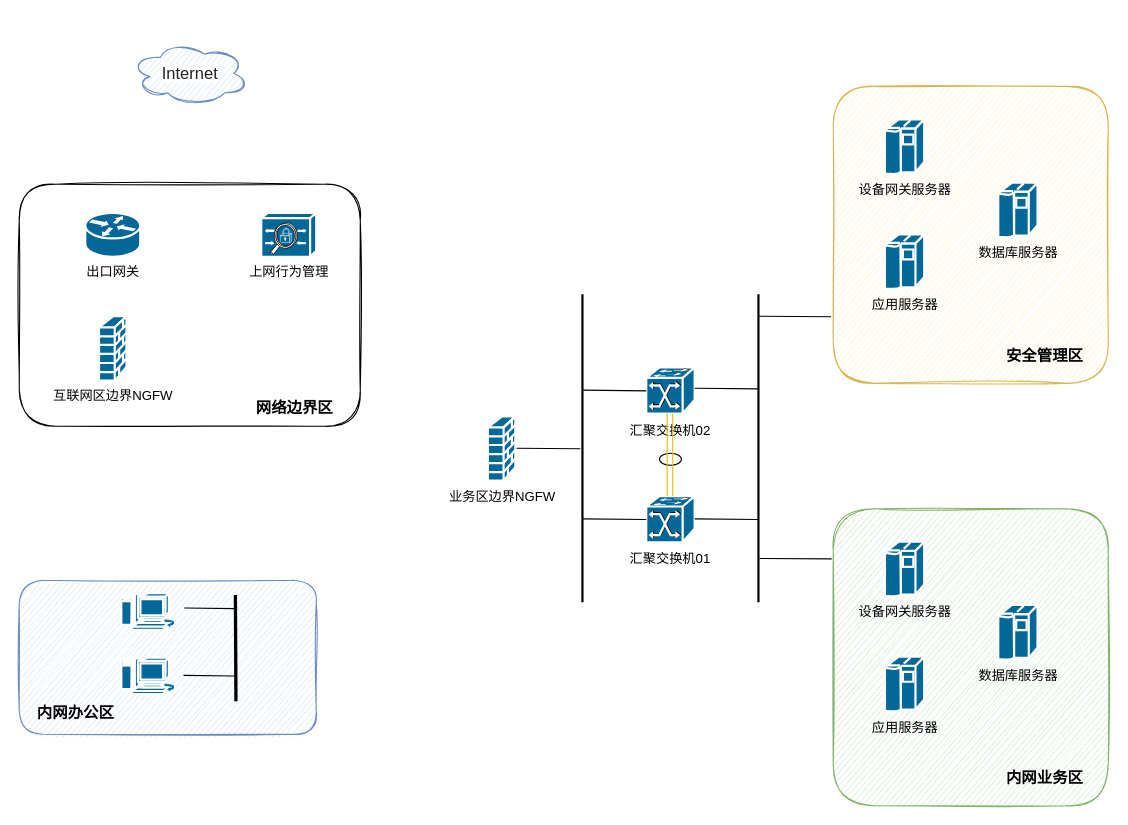
Above: 充电桩三级等保拓扑图.drawio in LingClassmate/diagrams (draw.io), before the change. Source tidied: cells renumbered, new cells numbered last; positions are measured from the earlier drawing's top-left corner, leaving out a move shared by most shapes. Both pictures are drawn from the tidied source at 110%, with x=0, y=0 at pixel (19, 41).
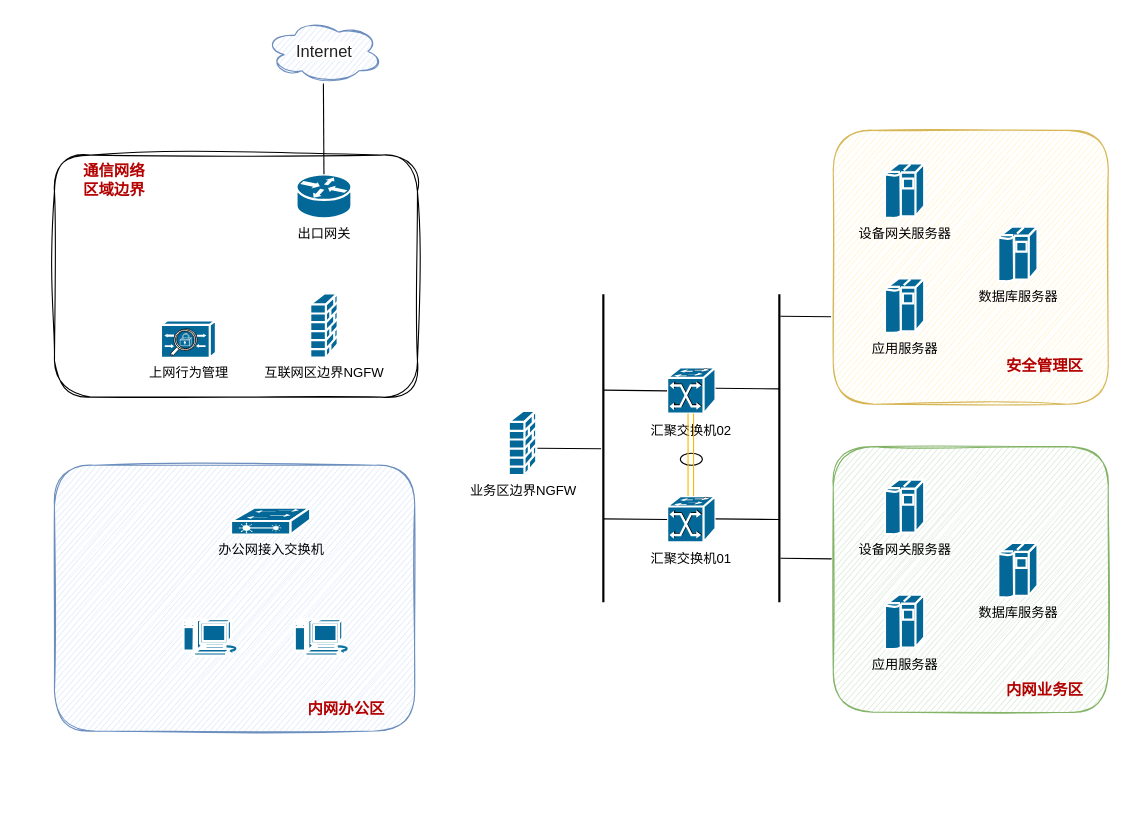
After the change.

Commit message:
更新充电桩三级等保拓扑图.drawio

Diff of the diagram source:
```diff
@@
+    <mxCell id="43" style="rounded=1;whiteSpace=wrap;html=1;sketch=1;fillColor=#dae8fc;strokeColor=#6c8ebf;shadow=0;" parent="1" vertex="1">
+      <mxGeometry x="32" y="385.5" width="327.5" height="241.5" as="geometry" />
+    </mxCell>
-    <mxCell id="2" style="rounded=1;whiteSpace=wrap;html=1;sketch=1;shadow=0;" parent="1" vertex="1">
-      <mxGeometry y="130" width="310" height="220" as="geometry" />
+    <mxCell id="2" style="rounded=1;whiteSpace=wrap;html=1;shadow=0;sketch=1;curveFitting=1;jiggle=2;" parent="1" vertex="1">
+      <mxGeometry x="32" y="103.5" width="330" height="220" as="geometry" />
     </mxCell>
     <mxCell id="3" value="出口网关" style="shape=mxgraph.cisco.routers.router;html=1;dashed=0;fillColor=#036897;strokeColor=#ffffff;strokeWidth=2;verticalLabelPosition=bottom;verticalAlign=top;align=center;outlineConnect=0;" parent="1" vertex="1">
-      <mxGeometry x="60" y="156" width="50" height="40" as="geometry" />
+      <mxGeometry x="252" y="121" width="50" height="40" as="geometry" />
     </mxCell>
     <mxCell id="4" value="上网行为管理" style="shape=mxgraph.cisco.misc.acs;html=1;dashed=0;fillColor=#036897;strokeColor=#ffffff;strokeWidth=2;verticalLabelPosition=bottom;verticalAlign=top;align=center;" parent="1" vertex="1">
-      <mxGeometry x="220" y="156" width="50" height="40" as="geometry" />
+      <mxGeometry x="128.8" y="253.8" width="50" height="34" as="geometry" />
     </mxCell>
     <mxCell id="5" value="&lt;span style=&quot;color: rgb(34, 34, 34); font-family: Arial, sans-serif; font-size: 15px; text-align: start; background-color: rgb(255, 255, 255);&quot;&gt;Internet&lt;/span&gt;" style="ellipse;shape=cloud;whiteSpace=wrap;html=1;shadow=0;sketch=1;fontSize=15;strokeColor=#6c8ebf;fillColor=#dae8fc;" parent="1" vertex="1">
-      <mxGeometry x="101.8" width="106.5" height="58.5" as="geometry" />
+      <mxGeometry x="223.8" y="-20" width="106.5" height="58.5" as="geometry" />
     </mxCell>
     <mxCell id="6" style="rounded=1;whiteSpace=wrap;html=1;sketch=1;fillColor=#d5e8d4;strokeColor=#82b366;shadow=0;" parent="1" vertex="1">
-      <mxGeometry x="740" y="425" width="250" height="270" as="geometry" />
+      <mxGeometry x="740" y="368.5" width="250" height="241.5" as="geometry" />
     </mxCell>
-    <mxCell id="7" value="内网业务区" style="text;html=1;strokeColor=none;fillColor=none;align=center;verticalAlign=middle;whiteSpace=wrap;rounded=0;sketch=1;fontColor=#000000;fontSize=14;fontStyle=1;" parent="1" vertex="1">
-      <mxGeometry x="890" y="655" width="85" height="30" as="geometry" />
+    <mxCell id="7" value="内网业务区" style="text;html=1;strokeColor=none;fillColor=none;align=center;verticalAlign=middle;whiteSpace=wrap;rounded=0;sketch=1;fontColor=#B30000;fontSize=14;fontStyle=1;" parent="1" vertex="1">
+      <mxGeometry x="890" y="575" width="85" height="30" as="geometry" />
     </mxCell>
     <mxCell id="8" style="endArrow=none;html=1;rounded=0;strokeWidth=2;" parent="1" edge="1">
       <mxGeometry relative="1" as="geometry">
-        <mxPoint x="672" y="510" as="sourcePoint" />
-        <mxPoint x="672" y="230" as="targetPoint" />
+        <mxPoint x="691" y="510" as="sourcePoint" />
+        <mxPoint x="691" y="230" as="targetPoint" />
       </mxGeometry>
     </mxCell>
     <mxCell id="9" value="应用服务器" style="shape=mxgraph.cisco.computers_and_peripherals.ibm_mainframe;sketch=0;html=1;dashed=0;fillColor=#036897;strokeColor=#ffffff;strokeWidth=2;verticalLabelPosition=bottom;verticalAlign=top;align=center;shadow=0;fontSize=12;" parent="1" vertex="1">
-      <mxGeometry x="787" y="559.5" width="35.7" height="50" as="geometry" />
+      <mxGeometry x="787" y="503" width="35.7" height="50" as="geometry" />
     </mxCell>
     <mxCell id="10" value="设备网关服务器" style="shape=mxgraph.cisco.computers_and_peripherals.ibm_mainframe;sketch=0;html=1;dashed=0;fillColor=#036897;strokeColor=#ffffff;strokeWidth=2;verticalLabelPosition=bottom;verticalAlign=top;align=center;shadow=0;fontSize=12;" parent="1" vertex="1">
-      <mxGeometry x="787" y="455" width="35.7" height="50" as="geometry" />
+      <mxGeometry x="787" y="398.5" width="35.7" height="50" as="geometry" />
     </mxCell>
     <mxCell id="11" value="数据库服务器" style="shape=mxgraph.cisco.computers_and_peripherals.ibm_mainframe;sketch=0;html=1;dashed=0;fillColor=#036897;strokeColor=#ffffff;strokeWidth=2;verticalLabelPosition=bottom;verticalAlign=top;align=center;shadow=0;fontSize=12;" parent="1" vertex="1">
-      <mxGeometry x="890" y="512.5" width="35.7" height="50" as="geometry" />
+      <mxGeometry x="890" y="456" width="35.7" height="50" as="geometry" />
     </mxCell>
-    <mxCell id="12" style="rounded=1;whiteSpace=wrap;html=1;sketch=1;shadow=0;fillColor=#dae8fc;strokeColor=#6c8ebf;" parent="1" vertex="1">
-      <mxGeometry y="490" width="270" height="140" as="geometry" />
-    </mxCell>
     <mxCell id="13" style="shape=mxgraph.cisco.computers_and_peripherals.macintosh;sketch=0;html=1;dashed=0;fillColor=#036897;strokeColor=#ffffff;strokeWidth=2;verticalLabelPosition=bottom;verticalAlign=top;align=center;shadow=0;fontSize=12;" parent="1" vertex="1">
-      <mxGeometry x="92.5" y="501.5" width="51.8" height="33.5" as="geometry" />
+      <mxGeometry x="149" y="525" width="51.8" height="33.5" as="geometry" />
     </mxCell>
-    <mxCell id="14" style="endArrow=none;html=1;rounded=0;strokeWidth=3;" parent="1" edge="1">
-      <mxGeometry relative="1" as="geometry">
-        <mxPoint x="197" y="600" as="sourcePoint" />
-        <mxPoint x="196.5" y="503.5" as="targetPoint" />
-      </mxGeometry>
-    </mxCell>
-    <mxCell id="15" style="endArrow=none;html=1;rounded=0;entryX=0;entryY=0.5;entryDx=0;entryDy=0;entryPerimeter=0;" parent="1" edge="1">
-      <mxGeometry relative="1" as="geometry">
-        <mxPoint x="150" y="515.2" as="sourcePoint" />
-        <mxPoint x="196.5" y="515.8" as="targetPoint" />
-      </mxGeometry>
-    </mxCell>
-    <mxCell id="16" style="endArrow=none;html=1;rounded=0;entryX=0;entryY=0.5;entryDx=0;entryDy=0;entryPerimeter=0;" parent="1" edge="1">
-      <mxGeometry relative="1" as="geometry">
-        <mxPoint x="149.3" y="576.5" as="sourcePoint" />
-        <mxPoint x="195.8" y="577" as="targetPoint" />
-      </mxGeometry>
-    </mxCell>
-    <mxCell id="17" value="内网办公区" style="text;html=1;strokeColor=none;fillColor=none;align=center;verticalAlign=middle;whiteSpace=wrap;rounded=0;sketch=1;fontColor=#000000;fontSize=14;fontStyle=1;" parent="1" vertex="1">
-      <mxGeometry x="5.8" y="595.5" width="91" height="30" as="geometry" />
+    <mxCell id="17" value="内网办公区" style="text;html=1;strokeColor=none;fillColor=none;align=center;verticalAlign=middle;whiteSpace=wrap;rounded=0;sketch=1;fontColor=#B30000;fontSize=14;fontStyle=1;" parent="1" vertex="1">
+      <mxGeometry x="252" y="592" width="91" height="30" as="geometry" />
     </mxCell>
     <mxCell id="18" style="shape=mxgraph.cisco.computers_and_peripherals.macintosh;sketch=0;html=1;dashed=0;fillColor=#036897;strokeColor=#ffffff;strokeWidth=2;verticalLabelPosition=bottom;verticalAlign=top;align=center;shadow=0;fontSize=12;" parent="1" vertex="1">
-      <mxGeometry x="92.5" y="560" width="51.8" height="33.5" as="geometry" />
+      <mxGeometry x="250.2" y="525" width="51.8" height="33.5" as="geometry" />
     </mxCell>
     <mxCell id="19" value="业务区边界NGFW" style="shape=mxgraph.cisco.security.firewall;html=1;dashed=0;fillColor=#036897;strokeColor=#ffffff;strokeWidth=2;verticalLabelPosition=bottom;verticalAlign=top;align=center;" parent="1" vertex="1">
-      <mxGeometry x="426" y="341" width="25" height="58.5" as="geometry" />
+      <mxGeometry x="445" y="336" width="25" height="58.5" as="geometry" />
     </mxCell>
     <mxCell id="20" style="ellipse;whiteSpace=wrap;html=1;" parent="1" vertex="1">
-      <mxGeometry x="582" y="374.5" width="20" height="11" as="geometry" />
+      <mxGeometry x="601" y="374.5" width="20" height="11" as="geometry" />
     </mxCell>
     <mxCell id="21" style="shape=mxgraph.cisco.switches.atm_fast_gigabit_etherswitch;sketch=0;html=1;dashed=0;fillColor=#036897;strokeColor=#ffffff;strokeWidth=2;verticalLabelPosition=bottom;verticalAlign=top;align=center;fontColor=#000000;" parent="1" vertex="1">
-      <mxGeometry x="570" y="413.5" width="44" height="42" as="geometry" />
+      <mxGeometry x="589" y="413.5" width="44" height="42" as="geometry" />
     </mxCell>
     <mxCell id="22" style="shape=mxgraph.cisco.switches.atm_fast_gigabit_etherswitch;sketch=0;html=1;dashed=0;fillColor=#036897;strokeColor=#ffffff;strokeWidth=2;verticalLabelPosition=bottom;verticalAlign=top;align=center;fontColor=#000000;" parent="1" vertex="1">
-      <mxGeometry x="570" y="296.5" width="44" height="42" as="geometry" />
+      <mxGeometry x="589" y="296.5" width="44" height="42" as="geometry" />
     </mxCell>
     <mxCell id="23" value="汇聚交换机01" style="text;html=1;strokeColor=none;fillColor=none;align=center;verticalAlign=middle;whiteSpace=wrap;rounded=0;sketch=1;fontColor=#000000;" parent="1" vertex="1">
-      <mxGeometry x="542" y="455.5" width="100" height="30" as="geometry" />
+      <mxGeometry x="561" y="455.5" width="100" height="30" as="geometry" />
     </mxCell>
     <mxCell id="24" value="汇聚交换机02" style="text;html=1;strokeColor=none;fillColor=none;align=center;verticalAlign=middle;whiteSpace=wrap;rounded=0;sketch=1;fontColor=#000000;" parent="1" vertex="1">
-      <mxGeometry x="542" y="338.5" width="100" height="30" as="geometry" />
+      <mxGeometry x="561" y="338.5" width="100" height="30" as="geometry" />
     </mxCell>
     <mxCell id="25" style="shape=mxgraph.cisco.switches.atm_fast_gigabit_etherswitch;sketch=0;html=1;dashed=0;fillColor=#036897;strokeColor=#ffffff;strokeWidth=2;verticalLabelPosition=bottom;verticalAlign=top;align=center;fontColor=#000000;" parent="1" vertex="1">
-      <mxGeometry x="570" y="296.5" width="44" height="42" as="geometry" />
+      <mxGeometry x="589" y="296.5" width="44" height="42" as="geometry" />
     </mxCell>
     <mxCell id="26" style="endArrow=none;html=1;rounded=0;exitX=0.5;exitY=0;exitDx=0;exitDy=0;exitPerimeter=0;entryX=0.5;entryY=0;entryDx=0;entryDy=0;strokeColor=#F5B800;" parent="1" edge="1">
       <mxGeometry relative="1" as="geometry">
-        <mxPoint x="589" y="413.5" as="sourcePoint" />
-        <mxPoint x="589" y="338.5" as="targetPoint" />
+        <mxPoint x="608" y="413.5" as="sourcePoint" />
+        <mxPoint x="608" y="338.5" as="targetPoint" />
       </mxGeometry>
     </mxCell>
     <mxCell id="27" style="endArrow=none;html=1;rounded=0;exitX=0.5;exitY=0;exitDx=0;exitDy=0;exitPerimeter=0;entryX=0.5;entryY=0;entryDx=0;entryDy=0;strokeColor=#F5B800;" parent="1" edge="1">
       <mxGeometry relative="1" as="geometry">
-        <mxPoint x="594" y="413.5" as="sourcePoint" />
-        <mxPoint x="594" y="338.5" as="targetPoint" />
+        <mxPoint x="613" y="413.5" as="sourcePoint" />
+        <mxPoint x="613" y="338.5" as="targetPoint" />
       </mxGeometry>
     </mxCell>
     <mxCell id="28" value="互联网区边界NGFW" style="shape=mxgraph.cisco.security.firewall;html=1;dashed=0;fillColor=#036897;strokeColor=#ffffff;strokeWidth=2;verticalLabelPosition=bottom;verticalAlign=top;align=center;" parent="1" vertex="1">
-      <mxGeometry x="72.5" y="250" width="25" height="58.5" as="geometry" />
+      <mxGeometry x="264.5" y="229.2" width="25" height="58.5" as="geometry" />
     </mxCell>
     <mxCell id="29" style="endArrow=none;html=1;rounded=0;" parent="1" edge="1">
       <mxGeometry relative="1" as="geometry">
-        <mxPoint x="614" y="315.5" as="sourcePoint" />
-        <mxPoint x="672" y="316" as="targetPoint" />
+        <mxPoint x="633" y="315.5" as="sourcePoint" />
+        <mxPoint x="691" y="316" as="targetPoint" />
       </mxGeometry>
     </mxCell>
     <mxCell id="30" style="endArrow=none;html=1;rounded=0;" parent="1" edge="1">
       <mxGeometry relative="1" as="geometry">
-        <mxPoint x="614" y="434.2" as="sourcePoint" />
-        <mxPoint x="672" y="434.8" as="targetPoint" />
+        <mxPoint x="633" y="434.2" as="sourcePoint" />
+        <mxPoint x="691" y="434.8" as="targetPoint" />
       </mxGeometry>
     </mxCell>
     <mxCell id="31" style="endArrow=none;html=1;rounded=0;strokeWidth=2;" parent="1" edge="1">
       <mxGeometry relative="1" as="geometry">
-        <mxPoint x="512" y="510" as="sourcePoint" />
-        <mxPoint x="512" y="230" as="targetPoint" />
+        <mxPoint x="531" y="510" as="sourcePoint" />
+        <mxPoint x="531" y="230" as="targetPoint" />
       </mxGeometry>
     </mxCell>
     <mxCell id="32" style="endArrow=none;html=1;rounded=0;" parent="1" edge="1">
       <mxGeometry relative="1" as="geometry">
-        <mxPoint x="512" y="317.2" as="sourcePoint" />
-        <mxPoint x="570" y="317.8" as="targetPoint" />
+        <mxPoint x="531" y="317.2" as="sourcePoint" />
+        <mxPoint x="589" y="317.8" as="targetPoint" />
       </mxGeometry>
     </mxCell>
     <mxCell id="33" style="endArrow=none;html=1;rounded=0;" parent="1" edge="1">
       <mxGeometry relative="1" as="geometry">
-        <mxPoint x="512" y="434.2" as="sourcePoint" />
-        <mxPoint x="570" y="434.8" as="targetPoint" />
+        <mxPoint x="531" y="434.2" as="sourcePoint" />
+        <mxPoint x="589" y="434.8" as="targetPoint" />
       </mxGeometry>
     </mxCell>
     <mxCell id="34" style="endArrow=none;html=1;rounded=0;" parent="1" edge="1">
       <mxGeometry relative="1" as="geometry">
-        <mxPoint x="452" y="370" as="sourcePoint" />
-        <mxPoint x="510" y="370.5" as="targetPoint" />
+        <mxPoint x="471" y="370" as="sourcePoint" />
+        <mxPoint x="529" y="370.5" as="targetPoint" />
       </mxGeometry>
     </mxCell>
     <mxCell id="35" style="rounded=1;whiteSpace=wrap;html=1;sketch=1;fillColor=#fff2cc;strokeColor=#d6b656;shadow=0;" parent="1" vertex="1">
-      <mxGeometry x="740" y="41" width="250" height="270" as="geometry" />
+      <mxGeometry x="740" y="81" width="250" height="249" as="geometry" />
     </mxCell>
-    <mxCell id="36" value="安全管理区" style="text;html=1;strokeColor=none;fillColor=none;align=center;verticalAlign=middle;whiteSpace=wrap;rounded=0;sketch=1;fontColor=#000000;fontSize=14;fontStyle=1;" parent="1" vertex="1">
-      <mxGeometry x="890" y="271" width="85" height="30" as="geometry" />
+    <mxCell id="36" value="安全管理区" style="text;html=1;strokeColor=none;fillColor=none;align=center;verticalAlign=middle;whiteSpace=wrap;rounded=0;sketch=1;fontColor=#B30000;fontSize=14;fontStyle=1;" parent="1" vertex="1">
+      <mxGeometry x="890" y="280" width="85" height="30" as="geometry" />
     </mxCell>
     <mxCell id="37" value="应用服务器" style="shape=mxgraph.cisco.computers_and_peripherals.ibm_mainframe;sketch=0;html=1;dashed=0;fillColor=#036897;strokeColor=#ffffff;strokeWidth=2;verticalLabelPosition=bottom;verticalAlign=top;align=center;shadow=0;fontSize=12;" parent="1" vertex="1">
-      <mxGeometry x="787" y="175.5" width="35.7" height="50" as="geometry" />
+      <mxGeometry x="787" y="215.5" width="35.7" height="50" as="geometry" />
     </mxCell>
     <mxCell id="38" value="设备网关服务器" style="shape=mxgraph.cisco.computers_and_peripherals.ibm_mainframe;sketch=0;html=1;dashed=0;fillColor=#036897;strokeColor=#ffffff;strokeWidth=2;verticalLabelPosition=bottom;verticalAlign=top;align=center;shadow=0;fontSize=12;" parent="1" vertex="1">
-      <mxGeometry x="787" y="71" width="35.7" height="50" as="geometry" />
+      <mxGeometry x="787" y="111" width="35.7" height="50" as="geometry" />
     </mxCell>
     <mxCell id="39" value="数据库服务器" style="shape=mxgraph.cisco.computers_and_peripherals.ibm_mainframe;sketch=0;html=1;dashed=0;fillColor=#036897;strokeColor=#ffffff;strokeWidth=2;verticalLabelPosition=bottom;verticalAlign=top;align=center;shadow=0;fontSize=12;" parent="1" vertex="1">
-      <mxGeometry x="890" y="128.5" width="35.7" height="50" as="geometry" />
+      <mxGeometry x="890" y="168.5" width="35.7" height="50" as="geometry" />
     </mxCell>
     <mxCell id="40" style="endArrow=none;html=1;rounded=0;entryX=-0.01;entryY=0.169;entryDx=0;entryDy=0;entryPerimeter=0;" parent="1" edge="1">
       <mxGeometry relative="1" as="geometry">
-        <mxPoint x="673" y="470.2" as="sourcePoint" />
+        <mxPoint x="692" y="470" as="sourcePoint" />
         <mxPoint x="738.5" y="470.6" as="targetPoint" />
       </mxGeometry>
     </mxCell>
     <mxCell id="41" style="endArrow=none;html=1;rounded=0;entryX=-0.01;entryY=0.169;entryDx=0;entryDy=0;entryPerimeter=0;" parent="1" edge="1">
       <mxGeometry relative="1" as="geometry">
-        <mxPoint x="672.5" y="250" as="sourcePoint" />
+        <mxPoint x="692" y="250" as="sourcePoint" />
         <mxPoint x="738" y="250.4" as="targetPoint" />
       </mxGeometry>
     </mxCell>
-    <mxCell id="42" value="网络边界区" style="text;html=1;strokeColor=none;fillColor=none;align=center;verticalAlign=middle;whiteSpace=wrap;rounded=0;sketch=1;fontColor=#000000;fontSize=14;fontStyle=1;" parent="1" vertex="1">
-      <mxGeometry x="207.5" y="318" width="85" height="30" as="geometry" />
+    <mxCell id="42" value="通信网络&lt;br&gt;区域边界" style="text;html=1;strokeColor=none;fillColor=none;align=center;verticalAlign=middle;whiteSpace=wrap;rounded=0;sketch=1;fontColor=#B30000;fontSize=14;fontStyle=1;" parent="1" vertex="1">
+      <mxGeometry x="43.8" y="111" width="85" height="30" as="geometry" />
     </mxCell>
+    <mxCell id="44" value="办公网接入交换机" style="shape=mxgraph.cisco.switches.layer_2_remote_switch;sketch=0;html=1;dashed=0;fillColor=#036897;strokeColor=#ffffff;strokeWidth=2;verticalLabelPosition=bottom;verticalAlign=top;align=center;" parent="1" vertex="1">
+      <mxGeometry x="192.5" y="424" width="72" height="24.5" as="geometry" />
+    </mxCell>
+    <mxCell id="45" style="endArrow=none;html=1;rounded=0;entryX=0.5;entryY=0;entryDx=0;entryDy=0;entryPerimeter=0;" parent="1" edge="1" target="3">
+      <mxGeometry relative="1" as="geometry">
+        <mxPoint x="276.5" y="38.5" as="sourcePoint" />
+      </mxGeometry>
+    </mxCell>
```
